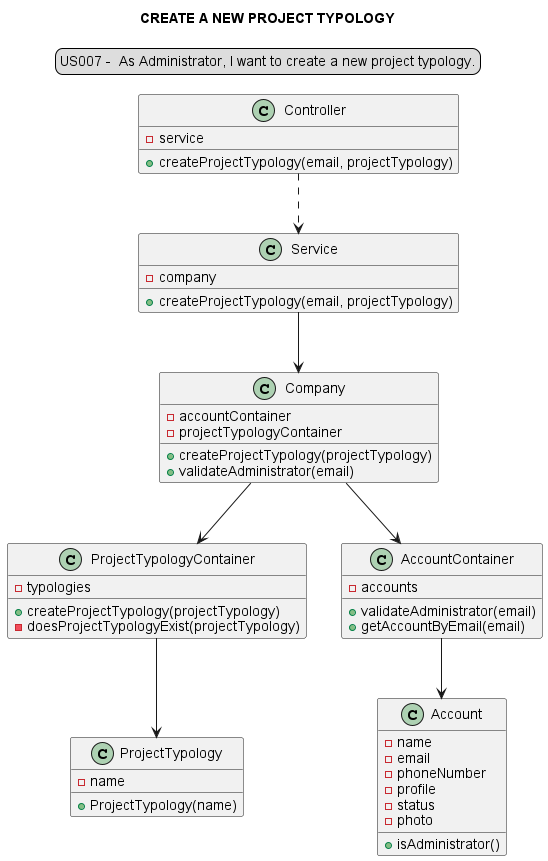
Before: docs/modelling_design/user_stories/sprint02/us007/US007_classDiagram-CREATE_A_NEW_PROJECT_TYPOLOGY.png, a diagram exported from PlantUML (Loracline/project_switch_22-23). Its diagram source:
```plantuml
@startuml

legend top
US007 -  As Administrator, I want to create a new project typology.
end legend
skinparam sequenceMessageAlign center
title CREATE A NEW PROJECT TYPOLOGY

"Controller" ..> "Service"
"Service" --> "Company"
"Company" --> "ProjectTypologyContainer"
"Company" --> "AccountContainer"
"ProjectTypologyContainer" --> "ProjectTypology"
"AccountContainer" --> "Account"

class "Controller" {
-service
+createProjectTypology(email, projectTypology)
}
class "Service" {
-company
+createProjectTypology(email, projectTypology)
}
class "Company" {
-accountContainer
-projectTypologyContainer
+createProjectTypology(projectTypology)
+validateAdministrator(email)
}
class "ProjectTypologyContainer"{
-typologies
+createProjectTypology(projectTypology)
-doesProjectTypologyExist(projectTypology)
}
class "AccountContainer"{
-accounts
+validateAdministrator(email)
+getAccountByEmail(email)
}
class "ProjectTypology"{
-name
+ProjectTypology(name)
}

class "Account"{
-name
-email
-phoneNumber
-profile
-status
-photo
+isAdministrator()
}
@enduml
```
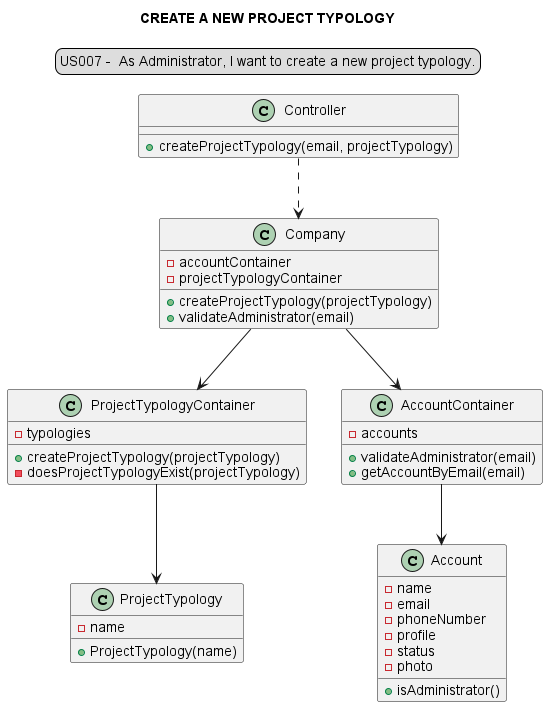
Above is the later version.

Commit message:
US007: Development: Refinement of Class ProjectTypologyContainer and ProjectTypologyContainerTest. Design: Update SSD US007 and added the image US007_classDiagram, US_sequenceDiagram and SSD_US007

Diff of the diagram source:
```diff
@@ -6,19 +6,13 @@
 skinparam sequenceMessageAlign center
 title CREATE A NEW PROJECT TYPOLOGY
 
-"Controller" ..> "Service"
-"Service" --> "Company"
+"Controller" ..> "Company"
 "Company" --> "ProjectTypologyContainer"
 "Company" --> "AccountContainer"
 "ProjectTypologyContainer" --> "ProjectTypology"
 "AccountContainer" --> "Account"
 
 class "Controller" {
--service
-+createProjectTypology(email, projectTypology)
-}
-class "Service" {
--company
 +createProjectTypology(email, projectTypology)
 }
 class "Company" {
@@ -51,4 +45,5 @@
 -photo
 +isAdministrator()
 }
+
 @enduml
```
